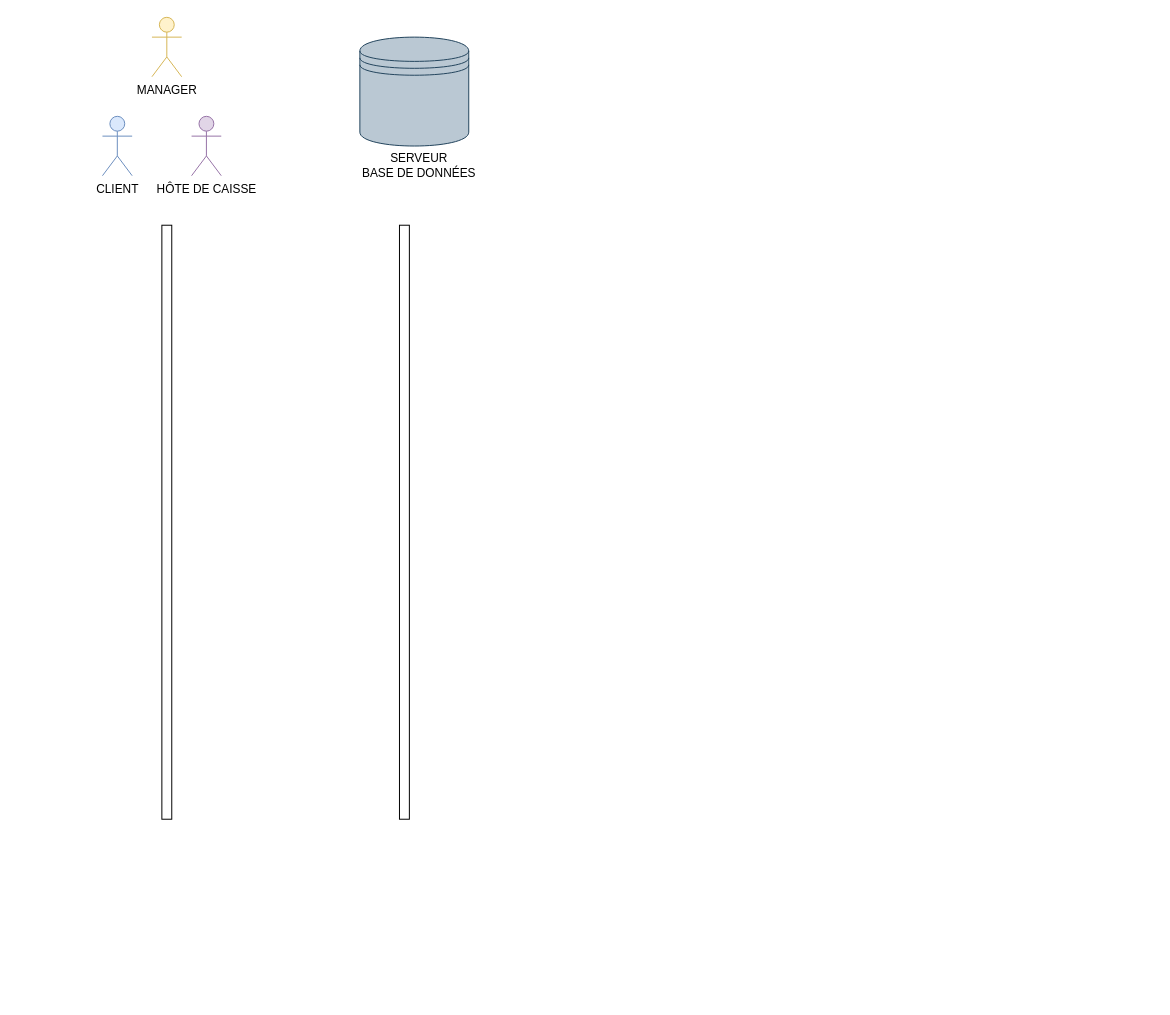
This is Client/Modif/Untitled Diagram.drawio from OMorlotti/P4-analyser-les-besoin-de-mon-client-pour-son-groupe-de-pizzerias, a draw.io file, before an edit. Source tidied: cells renumbered, new cells numbered last; positions are measured from the earlier drawing's top-left corner, leaving out a move shared by most shapes. Both pictures are drawn from the tidied source at 99%, with x=0, y=0 at pixel (102, 17).
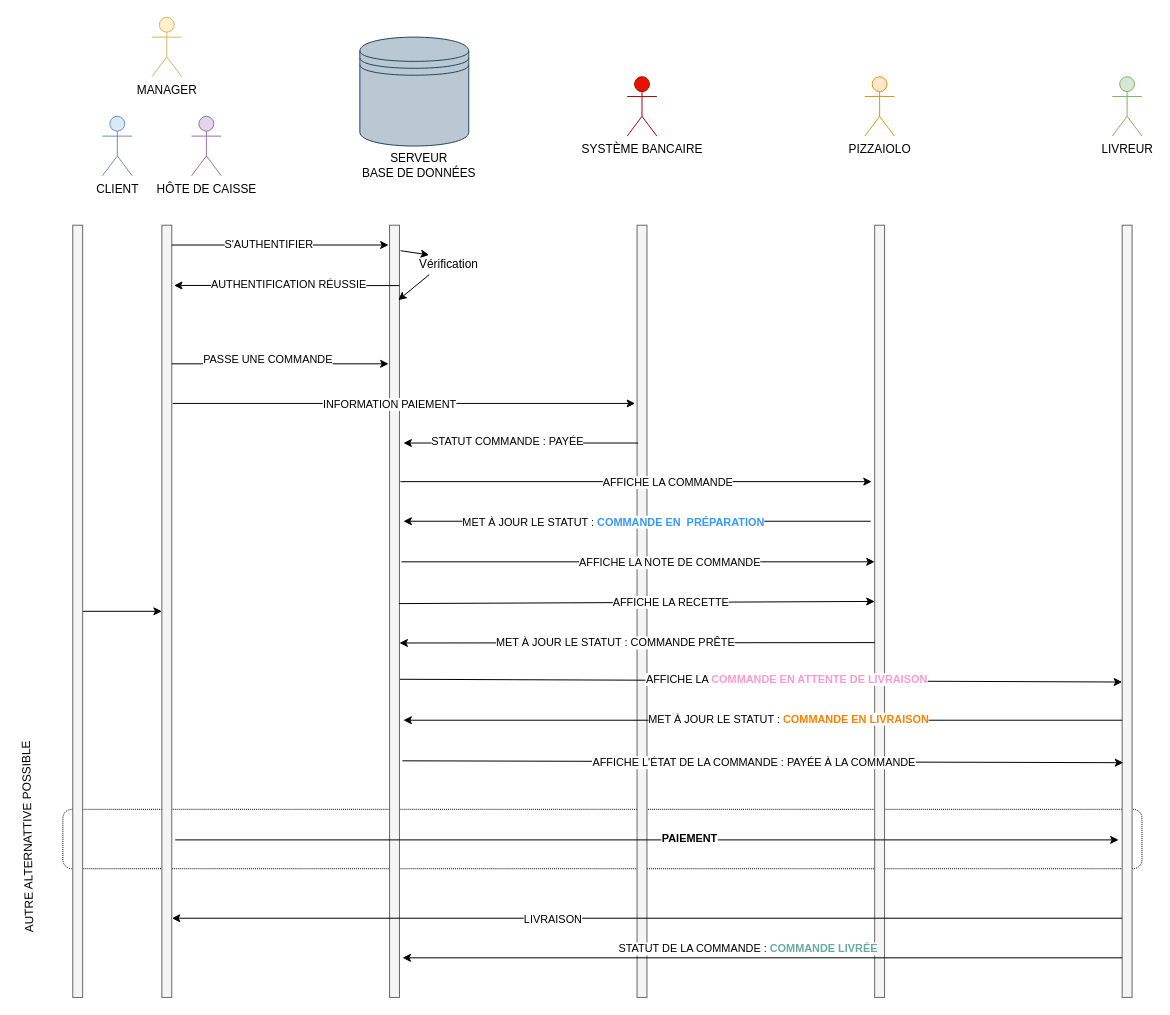
Above is the later version.

Change to the diagram source:
```diff
@@
+    <mxCell id="9" style="rounded=1;whiteSpace=wrap;html=1;fillColor=none;dashed=1;dashPattern=1 1;" parent="1" vertex="1">
+      <mxGeometry x="-40" y="800" width="1090" height="60" as="geometry" />
+    </mxCell>
@@
+    <mxCell id="10" style="edgeStyle=orthogonalEdgeStyle;rounded=0;jettySize=auto;html=1;startArrow=classic;startFill=1;endArrow=none;endFill=0;" parent="1" edge="1" source="5" target="11">
+      <mxGeometry relative="1" as="geometry" />
+    </mxCell>
-    <mxCell id="5" style="rounded=0;whiteSpace=wrap;html=1;" parent="1" vertex="1">
-      <mxGeometry x="60" y="210" width="10" height="600" as="geometry" />
+    <mxCell id="5" style="rounded=0;whiteSpace=wrap;html=1;fillColor=#f5f5f5;strokeColor=#666666;fontColor=#333333;" parent="1" vertex="1">
+      <mxGeometry x="60" y="210" width="10" height="780" as="geometry" />
     </mxCell>
+    <mxCell id="11" style="rounded=0;whiteSpace=wrap;html=1;fillColor=#f5f5f5;strokeColor=#666666;fontColor=#333333;" parent="1" vertex="1">
+      <mxGeometry x="-30" y="210" width="10" height="780" as="geometry" />
+    </mxCell>
-    <mxCell id="6" style="rounded=0;whiteSpace=wrap;html=1;" parent="1" vertex="1">
-      <mxGeometry x="300" y="210" width="10" height="600" as="geometry" />
+    <mxCell id="6" style="rounded=0;whiteSpace=wrap;html=1;fillColor=#f5f5f5;strokeColor=#666666;fontColor=#333333;" parent="1" vertex="1">
+      <mxGeometry x="290" y="210" width="10" height="780" as="geometry" />
     </mxCell>
@@
+    <mxCell id="12" style="rounded=0;whiteSpace=wrap;html=1;fillColor=#f5f5f5;strokeColor=#666666;fontColor=#333333;" parent="1" vertex="1">
+      <mxGeometry x="540" y="210" width="10" height="780" as="geometry" />
+    </mxCell>
+    <mxCell id="13" value="&lt;font style=&quot;font-size: 12px&quot; color=&quot;#000000&quot;&gt;SYSTÈME BANCAIRE&lt;/font&gt;" style="shape=umlActor;verticalLabelPosition=bottom;labelBackgroundColor=#ffffff;verticalAlign=top;html=1;fillColor=#e51400;strokeColor=#B20000;fontColor=#ffffff;" parent="1" vertex="1">
+      <mxGeometry x="530" y="60" width="30" height="60" as="geometry" />
+    </mxCell>
+    <mxCell id="14" style="rounded=0;whiteSpace=wrap;html=1;fillColor=#f5f5f5;strokeColor=#666666;fontColor=#333333;" parent="1" vertex="1">
+      <mxGeometry x="780" y="210" width="10" height="780" as="geometry" />
+    </mxCell>
+    <mxCell id="15" value="&lt;font style=&quot;font-size: 12px&quot; color=&quot;#000000&quot;&gt;PIZZAIOLO&lt;/font&gt;" style="shape=umlActor;verticalLabelPosition=bottom;labelBackgroundColor=#ffffff;verticalAlign=top;html=1;fillColor=#ffe6cc;strokeColor=#d79b00;" parent="1" vertex="1">
+      <mxGeometry x="770" y="60" width="30" height="60" as="geometry" />
+    </mxCell>
+    <mxCell id="16" value="&lt;font style=&quot;font-size: 12px&quot; color=&quot;#000000&quot;&gt;LIVREUR&lt;/font&gt;" style="shape=umlActor;verticalLabelPosition=bottom;labelBackgroundColor=#ffffff;verticalAlign=top;html=1;fillColor=#d5e8d4;strokeColor=#82b366;" parent="1" vertex="1">
+      <mxGeometry x="1020" y="60" width="30" height="60" as="geometry" />
+    </mxCell>
+    <mxCell id="17" style="rounded=0;whiteSpace=wrap;html=1;fillColor=#f5f5f5;strokeColor=#666666;fontColor=#333333;" parent="1" vertex="1">
+      <mxGeometry x="1030" y="210" width="10" height="780" as="geometry" />
+    </mxCell>
+    <mxCell id="18" style="endArrow=classic;html=1;" parent="1" edge="1">
+      <mxGeometry relative="1" as="geometry">
+        <mxPoint x="70" y="230" as="sourcePoint" />
+        <mxPoint x="289" y="230" as="targetPoint" />
+      </mxGeometry>
+    </mxCell>
+    <mxCell id="19" value="S'AUTHENTIFIER" style="edgeLabel;html=1;align=center;verticalAlign=middle;" parent="18" vertex="1">
+      <mxGeometry x="-0.11" y="1" relative="1" as="geometry" />
+    </mxCell>
+    <mxCell id="20" style="endArrow=classic;html=1;entryX=1.229;entryY=0.078;entryDx=0;entryDy=0;entryPerimeter=0;" parent="1" edge="1" target="5">
+      <mxGeometry relative="1" as="geometry">
+        <mxPoint x="300" y="271" as="sourcePoint" />
+      </mxGeometry>
+    </mxCell>
+    <mxCell id="21" value="AUTHENTIFICATION RÉUSSIE" style="edgeLabel;html=1;align=center;verticalAlign=middle;" parent="20" vertex="1">
+      <mxGeometry y="-1" relative="1" as="geometry">
+        <mxPoint x="1" as="offset" />
+      </mxGeometry>
+    </mxCell>
+    <mxCell id="22" style="endArrow=classic;html=1;entryX=0.876;entryY=0.097;entryDx=0;entryDy=0;entryPerimeter=0;" parent="1" edge="1" target="6">
+      <mxGeometry relative="1" as="geometry">
+        <mxPoint x="330" y="260" as="sourcePoint" />
+      </mxGeometry>
+    </mxCell>
+    <mxCell id="23" style="endArrow=classic;html=1;exitX=1.112;exitY=0.033;exitDx=0;exitDy=0;exitPerimeter=0;" parent="1" edge="1" source="6">
+      <mxGeometry relative="1" as="geometry">
+        <mxPoint x="330" y="240" as="targetPoint" />
+      </mxGeometry>
+    </mxCell>
+    <mxCell id="24" value="Vérification" style="text;html=1;strokeColor=none;fillColor=none;align=center;verticalAlign=middle;whiteSpace=wrap;rounded=0;" parent="1" vertex="1">
+      <mxGeometry x="330" y="240" width="40" height="20" as="geometry" />
+    </mxCell>
+    <mxCell id="25" style="endArrow=classic;html=1;" parent="1" edge="1">
+      <mxGeometry relative="1" as="geometry">
+        <mxPoint x="70" y="350" as="sourcePoint" />
+        <mxPoint x="289" y="350" as="targetPoint" />
+      </mxGeometry>
+    </mxCell>
+    <mxCell id="26" value="PASSE UNE COMMANDE" style="edgeLabel;html=1;align=center;verticalAlign=middle;" parent="25" vertex="1">
+      <mxGeometry x="-0.12" y="5" relative="1" as="geometry" />
+    </mxCell>
+    <mxCell id="27" style="endArrow=classic;html=1;" parent="1" edge="1">
+      <mxGeometry relative="1" as="geometry">
+        <mxPoint x="71" y="390" as="sourcePoint" />
+        <mxPoint x="538" y="390" as="targetPoint" />
+      </mxGeometry>
+    </mxCell>
+    <mxCell id="28" value="INFORMATION PAIEMENT" style="edgeLabel;html=1;align=center;verticalAlign=middle;" parent="27" vertex="1">
+      <mxGeometry x="0.22" relative="1" as="geometry">
+        <mxPoint x="-66.9" as="offset" />
+      </mxGeometry>
+    </mxCell>
+    <mxCell id="29" style="endArrow=classic;html=1;" parent="1" edge="1">
+      <mxGeometry relative="1" as="geometry">
+        <mxPoint x="541" y="430" as="sourcePoint" />
+        <mxPoint x="304" y="430" as="targetPoint" />
+      </mxGeometry>
+    </mxCell>
+    <mxCell id="30" value="STATUT COMMANDE : PAYÉE" style="edgeLabel;html=1;align=center;verticalAlign=middle;" parent="29" vertex="1">
+      <mxGeometry x="0.12" y="-3" relative="1" as="geometry" />
+    </mxCell>
+    <mxCell id="31" style="endArrow=classic;html=1;" parent="1" edge="1">
+      <mxGeometry relative="1" as="geometry">
+        <mxPoint x="301" y="469" as="sourcePoint" />
+        <mxPoint x="777" y="469" as="targetPoint" />
+      </mxGeometry>
+    </mxCell>
+    <mxCell id="32" value="AFFICHE LA COMMANDE" style="edgeLabel;html=1;align=center;verticalAlign=middle;" parent="31" vertex="1">
+      <mxGeometry x="0.78" y="5" relative="1" as="geometry">
+        <mxPoint x="-154.1" y="5.2" as="offset" />
+      </mxGeometry>
+    </mxCell>
+    <mxCell id="33" style="endArrow=classic;html=1;" parent="1" edge="1">
+      <mxGeometry relative="1" as="geometry">
+        <mxPoint x="776" y="509" as="sourcePoint" />
+        <mxPoint x="304" y="509" as="targetPoint" />
+      </mxGeometry>
+    </mxCell>
+    <mxCell id="34" value="MET À JOUR LE STATUT : &lt;b&gt;&lt;font color=&quot;#3399ff&quot;&gt;COMMANDE EN&amp;nbsp; PRÉPARATION&lt;/font&gt;&lt;/b&gt;" style="edgeLabel;html=1;align=center;verticalAlign=middle;" parent="33" vertex="1">
+      <mxGeometry x="0.11" relative="1" as="geometry">
+        <mxPoint x="1" as="offset" />
+      </mxGeometry>
+    </mxCell>
+    <mxCell id="35" style="endArrow=none;html=1;entryX=-0.182;entryY=0.566;entryDx=0;entryDy=0;entryPerimeter=0;startArrow=classic;startFill=1;endFill=0;exitX=1;exitY=0.541;exitDx=0;exitDy=0;exitPerimeter=0;" parent="1" edge="1" source="6">
+      <mxGeometry relative="1" as="geometry">
+        <mxPoint x="780" y="631.6" as="targetPoint" />
+      </mxGeometry>
+    </mxCell>
+    <mxCell id="36" value="MET À JOUR LE STATUT : COMMANDE PRÊTE" style="edgeLabel;html=1;align=center;verticalAlign=middle;" parent="35" vertex="1">
+      <mxGeometry x="-0.09" relative="1" as="geometry" />
+    </mxCell>
+    <mxCell id="37" style="endArrow=classic;html=1;entryX=-0.535;entryY=0.433;entryDx=0;entryDy=0;entryPerimeter=0;" parent="1" edge="1">
+      <mxGeometry relative="1" as="geometry">
+        <mxPoint x="302" y="550" as="sourcePoint" />
+        <mxPoint x="780" y="550" as="targetPoint" />
+      </mxGeometry>
+    </mxCell>
+    <mxCell id="38" value="AFFICHE LA NOTE DE COMMANDE" style="edgeLabel;html=1;align=center;verticalAlign=middle;" parent="37" vertex="1">
+      <mxGeometry x="0.78" y="5" relative="1" as="geometry">
+        <mxPoint x="-154.1" y="5.2" as="offset" />
+      </mxGeometry>
+    </mxCell>
+    <mxCell id="39" style="endArrow=classic;html=1;exitX=0.935;exitY=0.49;exitDx=0;exitDy=0;exitPerimeter=0;entryX=-0.535;entryY=0.433;entryDx=0;entryDy=0;entryPerimeter=0;" parent="1" edge="1" source="6">
+      <mxGeometry relative="1" as="geometry">
+        <mxPoint x="780" y="590" as="targetPoint" />
+      </mxGeometry>
+    </mxCell>
+    <mxCell id="40" value="AFFICHE LA RECETTE" style="edgeLabel;html=1;align=center;verticalAlign=middle;" parent="39" vertex="1">
+      <mxGeometry x="0.78" y="5" relative="1" as="geometry">
+        <mxPoint x="-154.1" y="5.2" as="offset" />
+      </mxGeometry>
+    </mxCell>
+    <mxCell id="41" style="endArrow=classic;html=1;entryX=-0.594;entryY=0.772;entryDx=0;entryDy=0;entryPerimeter=0;exitX=1.053;exitY=0.588;exitDx=0;exitDy=0;exitPerimeter=0;" parent="1" edge="1" source="6">
+      <mxGeometry relative="1" as="geometry">
+        <mxPoint x="1030" y="671.4" as="targetPoint" />
+      </mxGeometry>
+    </mxCell>
+    <mxCell id="42" value="AFFICHE LA &lt;font color=&quot;#ff99cc&quot;&gt;&lt;b&gt;COMMANDE EN ATTENTE DE LIVRAISON&lt;/b&gt;&lt;/font&gt;" style="edgeLabel;html=1;align=center;verticalAlign=middle;" parent="41" vertex="1">
+      <mxGeometry x="0.07" y="2" relative="1" as="geometry" />
+    </mxCell>
+    <mxCell id="43" style="endArrow=none;html=1;entryX=-0.594;entryY=0.772;entryDx=0;entryDy=0;entryPerimeter=0;endFill=0;startArrow=classic;startFill=1;" parent="1" edge="1">
+      <mxGeometry relative="1" as="geometry">
+        <mxPoint x="304" y="710" as="sourcePoint" />
+        <mxPoint x="1030.1" y="710" as="targetPoint" />
+      </mxGeometry>
+    </mxCell>
+    <mxCell id="44" value="MET À JOUR LE STATUT : &lt;b&gt;&lt;font color=&quot;#ff8000&quot;&gt;COMMANDE EN LIVRAISON&lt;/font&gt;&lt;/b&gt;" style="edgeLabel;html=1;align=center;verticalAlign=middle;" parent="43" vertex="1">
+      <mxGeometry x="0.07" y="2" relative="1" as="geometry" />
+    </mxCell>
+    <mxCell id="45" style="endArrow=classic;html=1;entryX=0.112;entryY=0.696;entryDx=0;entryDy=0;entryPerimeter=0;" parent="1" edge="1" target="17">
+      <mxGeometry relative="1" as="geometry">
+        <mxPoint x="303" y="751" as="sourcePoint" />
+      </mxGeometry>
+    </mxCell>
+    <mxCell id="46" value="AFFICHE L'ÉTAT DE LA COMMANDE : PAYÉE À LA COMMANDE" style="edgeLabel;html=1;align=center;verticalAlign=middle;" parent="45" vertex="1">
+      <mxGeometry x="-0.11" y="-1" relative="1" as="geometry">
+        <mxPoint x="30.1" as="offset" />
+      </mxGeometry>
+    </mxCell>
+    <mxCell id="47" value="&amp;nbsp;AUTRE ALTERNATTIVE POSSIBLE" style="text;html=1;align=center;verticalAlign=middle;rotation=-91;" parent="1" vertex="1">
+      <mxGeometry x="-180" y="820" width="210" height="20" as="geometry" />
+    </mxCell>
+    <mxCell id="48" style="endArrow=classic;html=1;entryX=-0.359;entryY=0.796;entryDx=0;entryDy=0;entryPerimeter=0;exitX=1.347;exitY=0.796;exitDx=0;exitDy=0;exitPerimeter=0;" parent="1" edge="1" source="5" target="17">
+      <mxGeometry relative="1" as="geometry" />
+    </mxCell>
+    <mxCell id="49" value="&lt;b&gt;PAIEMENT&lt;/b&gt;" style="edgeLabel;html=1;align=center;verticalAlign=middle;" parent="48" vertex="1">
+      <mxGeometry x="0.09" y="1" relative="1" as="geometry" />
+    </mxCell>
+    <mxCell id="50" style="endArrow=classic;html=1;entryX=1;entryY=0.897;entryDx=0;entryDy=0;entryPerimeter=0;exitX=-0.006;exitY=0.897;exitDx=0;exitDy=0;exitPerimeter=0;" parent="1" edge="1">
+      <mxGeometry relative="1" as="geometry">
+        <mxPoint x="1030" y="910" as="sourcePoint" />
+        <mxPoint x="70.1" y="910" as="targetPoint" />
+      </mxGeometry>
+    </mxCell>
+    <mxCell id="51" value="LIVRAISON" style="edgeLabel;html=1;align=center;verticalAlign=middle;" parent="50" vertex="1">
+      <mxGeometry x="0.2" relative="1" as="geometry" />
+    </mxCell>
+    <mxCell id="52" style="endArrow=classic;html=1;" parent="1" edge="1">
+      <mxGeometry relative="1" as="geometry">
+        <mxPoint x="1030" y="950" as="sourcePoint" />
+        <mxPoint x="303.1" y="950" as="targetPoint" />
+      </mxGeometry>
+    </mxCell>
+    <mxCell id="53" value="STATUT DE LA COMMANDE : &lt;b&gt;&lt;font color=&quot;#67ab9f&quot;&gt;COMMANDE LIVRÉE&lt;/font&gt;&lt;/b&gt;" style="edgeLabel;html=1;align=center;verticalAlign=middle;" parent="52" vertex="1">
+      <mxGeometry x="0.23" y="-3" relative="1" as="geometry">
+        <mxPoint x="68.2" y="-7" as="offset" />
+      </mxGeometry>
+    </mxCell>
```
